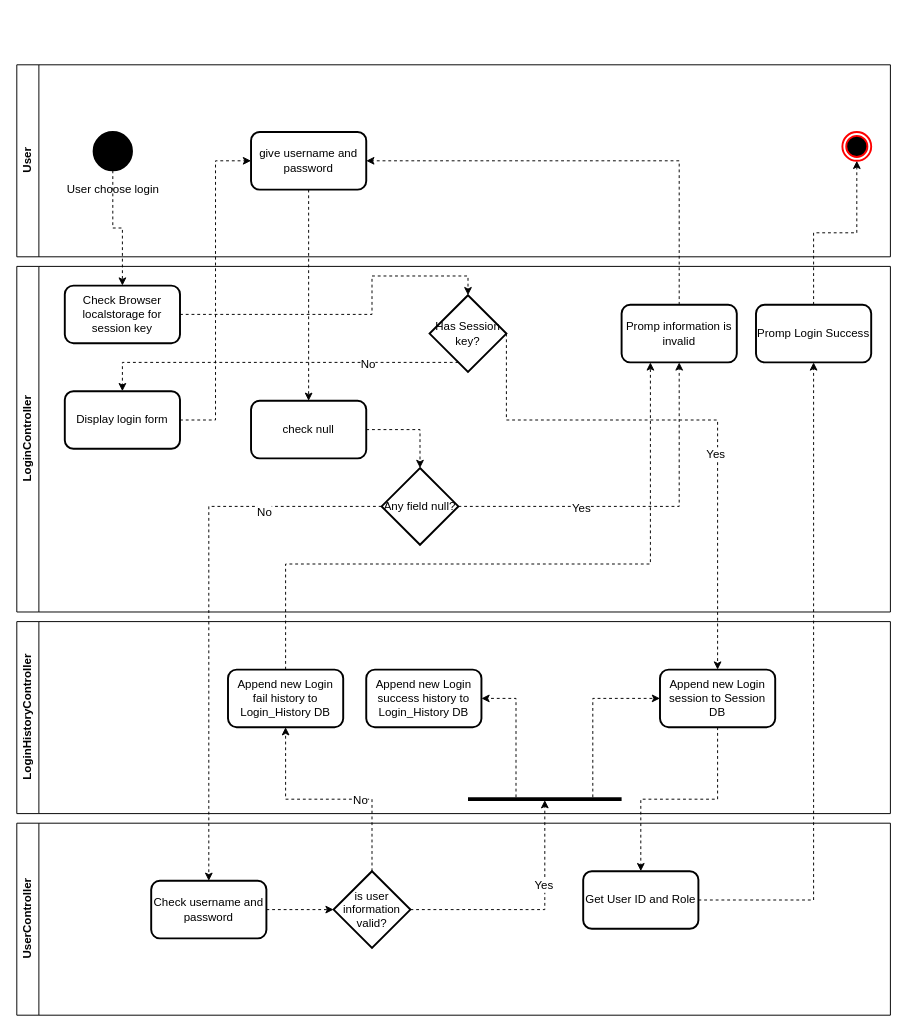
NotAsea/Hocviec keeps this draw.io diagram as Diagram/Workflow/Login.drawio. Above is the earlier version. Source tidied: cells renumbered, new cells numbered last; positions are measured from the earlier drawing's top-left corner, leaving out a move shared by most shapes. Both pictures are drawn from the tidied source at 96%, with x=0, y=0 at pixel (16, 64).
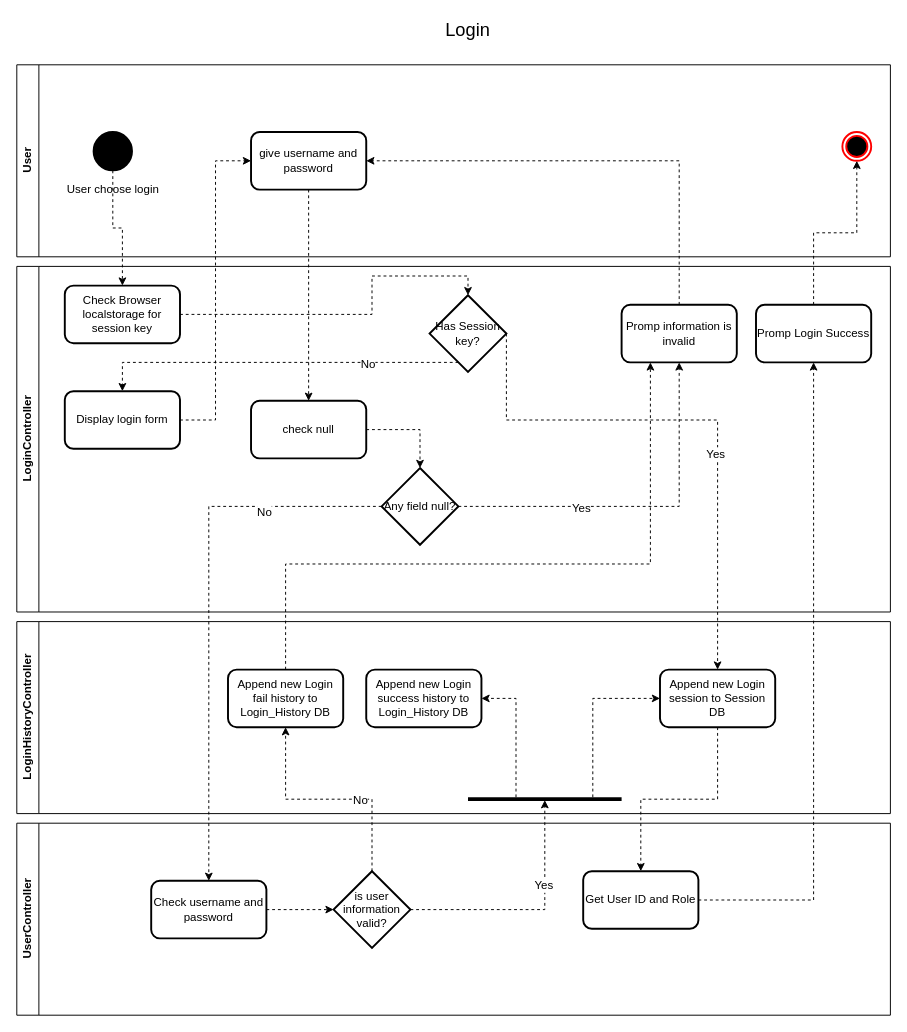
Above is the later version.

What changed in the source:
```diff
@@
+    <mxCell id="48" value="Login" style="text;html=1;strokeColor=none;fillColor=none;align=center;verticalAlign=middle;whiteSpace=wrap;rounded=0;fontSize=19;" parent="1" vertex="1">
+      <mxGeometry x="440" y="-50" width="60" height="30" as="geometry" />
+    </mxCell>
```
